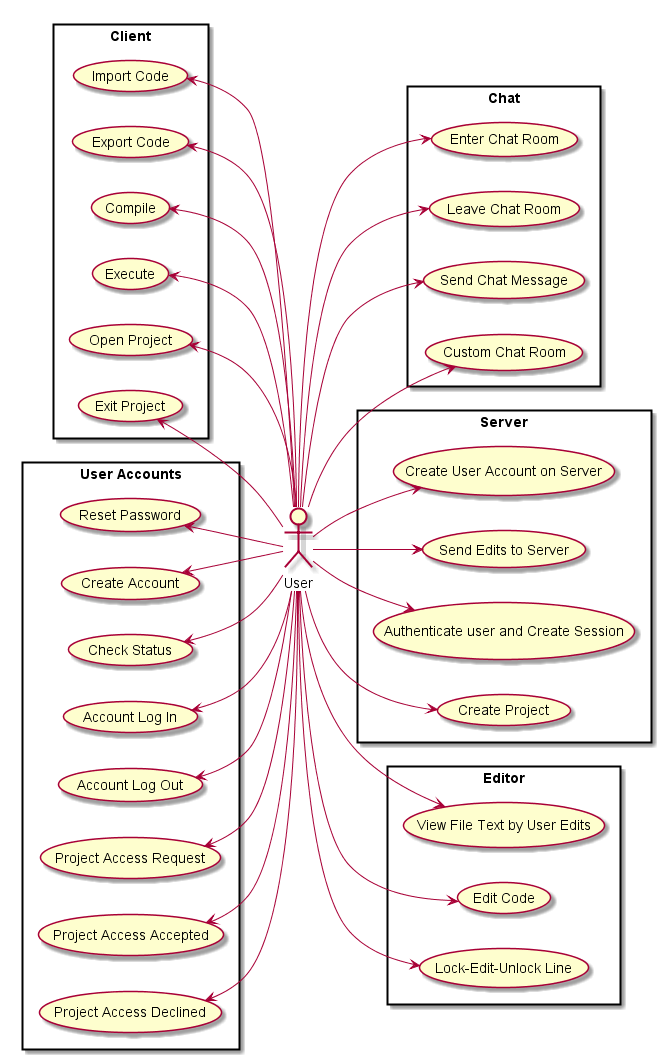
Before: use_case_diagram/use_case_diagram.png, a diagram exported from PlantUML (voxelv/sQuire_kw).
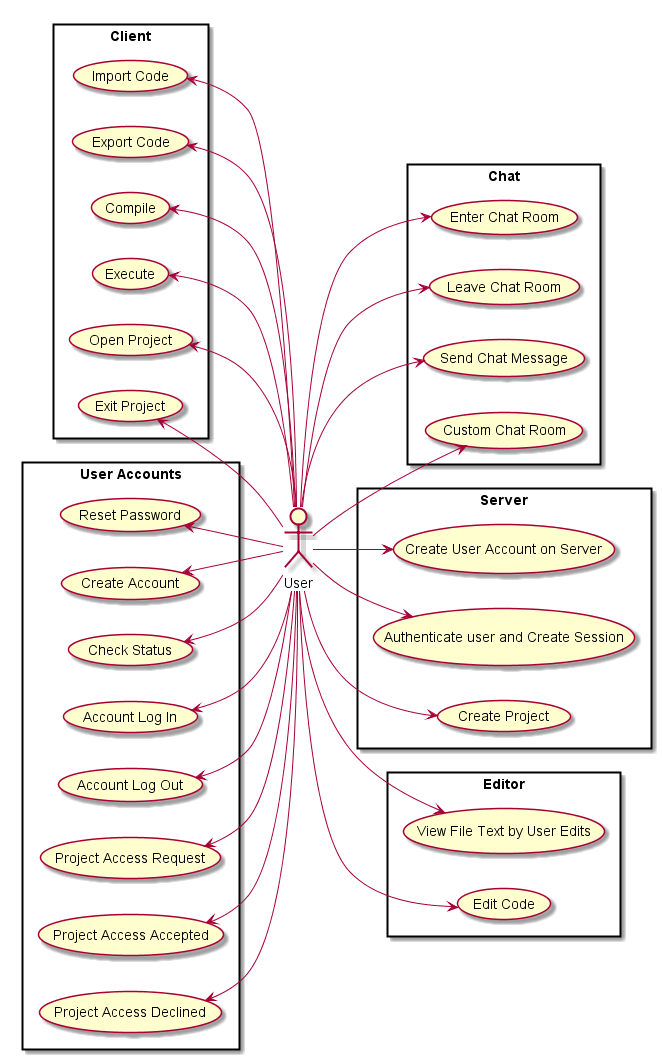
The same diagram one commit later.

Commit message:
Updated use case diagram to reflect changes in main hw4 document

The edit, as a diff of the source:
```diff
@@ -14,7 +14,6 @@
 
 rectangle Server {
 (Create User Account on Server) as s_createAccount
-(Send Edits to Server) as s_sendEdits
 (Authenticate user and Create Session) as s_authSession
 (Create Project) as s_createProject
 }
@@ -31,18 +30,17 @@
 rectangle Editor {
 (View File Text by User Edits) as e_viewUser
 (Edit Code) as e_editCode
-(Lock-Edit-Unlock Line) as e_lineLock
 }
 
 rectangle "User Accounts" {
-(Reset Password) as uc_resetPassword
-(Create Account) as uc_createAccount
-(Check Status) as uc_checkStatus
-(Account Log In) as uc_login
-(Account Log Out) as uc_logout
-(Project Access Request) as uc_projectRequest
-(Project Access Accepted) as uc_projectAccept
-(Project Access Declined) as uc_projectDecline
+(Reset Password) as ua_resetPassword
+(Create Account) as ua_createAccount
+(Check Status) as ua_checkStatus
+(Account Log In) as ua_login
+(Account Log Out) as ua_logout
+(Project Access Request) as ua_projectRequest
+(Project Access Accepted) as ua_projectAccept
+(Project Access Declined) as ua_projectDecline
 }
 
 user --> chat_enterRoom
@@ -51,7 +49,6 @@
 user --> chat_customRoom
 
 user --> s_createAccount
-user --> s_sendEdits
 user --> s_authSession
 user --> s_createProject
 
@@ -64,15 +61,14 @@
 
 user --> e_viewUser
 user --> e_editCode
-user --> e_lineLock
 
-user --l-> uc_resetPassword
-user --l-> uc_createAccount
-user --l-> uc_checkStatus
-user --l-> uc_login
-user --l-> uc_logout
-user --l-> uc_projectRequest
-user --l-> uc_projectAccept
-user --l-> uc_projectDecline
+user --l-> ua_resetPassword
+user --l-> ua_createAccount
+user --l-> ua_checkStatus
+user --l-> ua_login
+user --l-> ua_logout
+user --l-> ua_projectRequest
+user --l-> ua_projectAccept
+user --l-> ua_projectDecline
 
 @enduml
```
